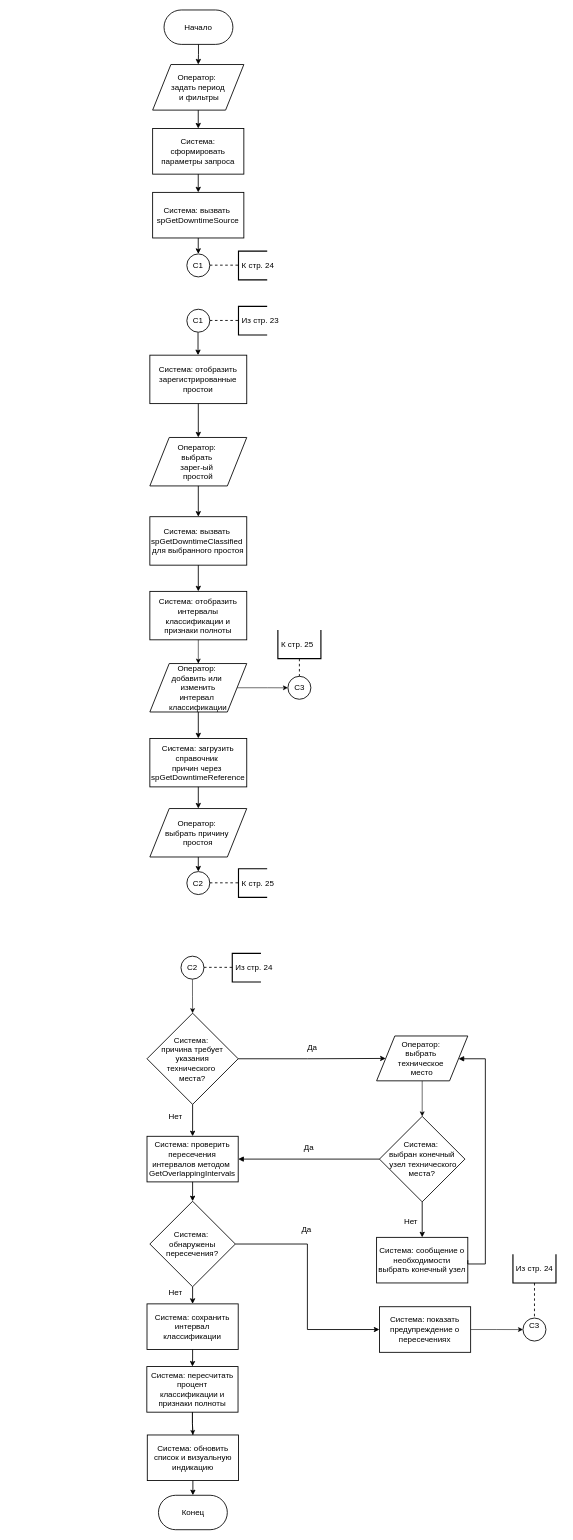
KhasanovAMdev/MyDiagrams keeps this draw.io diagram as page "Page-6" (6 of 21) of diagrams/Untitled Diagram.drawio. Above is the earlier version. Source tidied: cells renumbered, new cells numbered last; positions are measured from the earlier drawing's top-left corner, leaving out a move shared by most shapes. Both pictures are drawn from the tidied source at 57%, with x=0, y=0 at pixel (10, 10).
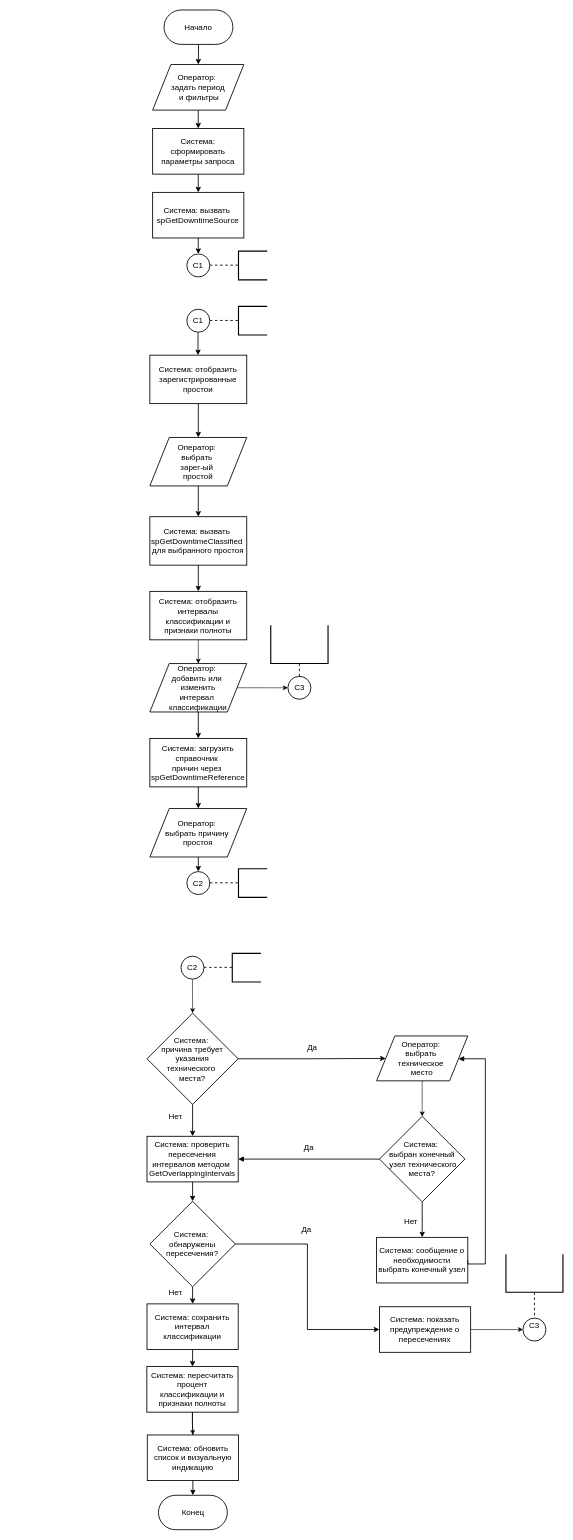
Above is the later version.

The change refers to these unchanged cells:
```xml
<mxCell id="2" style="group;transparentBounds=1;" parent="1" vertex="1">
  <mxGeometry y="520" as="geometry" />
</mxCell>
```

Change to the diagram source:
```diff
@@
-    <mxCell id="46" value="&amp;nbsp;Из стр. 23" style="strokeWidth=2;html=1;shape=mxgraph.flowchart.annotation_1;align=left;strokeColor=#000000;verticalAlign=middle;fontFamily=Helvetica;fontSize=14;fontColor=default;fillColor=#ffffff;" parent="2" vertex="1">
+    <mxCell id="46" style="strokeWidth=2;html=1;shape=mxgraph.flowchart.annotation_1;align=left;strokeColor=#000000;verticalAlign=middle;fontFamily=Helvetica;fontSize=14;fontColor=default;fillColor=#ffffff;" parent="2" vertex="1">
       <mxGeometry x="400.9" width="50.3" height="50.3" as="geometry" />
     </mxCell>
@@
-    <mxCell id="49" value="&amp;nbsp;К стр. 25" style="strokeWidth=2;html=1;shape=mxgraph.flowchart.annotation_1;align=left;strokeColor=#000000;verticalAlign=middle;fontFamily=Helvetica;fontSize=14;fontColor=default;fillColor=#ffffff;" parent="2" vertex="1">
+    <mxCell id="49" style="strokeWidth=2;html=1;shape=mxgraph.flowchart.annotation_1;align=left;strokeColor=#000000;verticalAlign=middle;fontFamily=Helvetica;fontSize=14;fontColor=default;fillColor=#ffffff;" parent="2" vertex="1">
       <mxGeometry x="400.9" y="986.6" width="50.3" height="50.3" as="geometry" />
     </mxCell>
@@
-    <mxCell id="53" value="&amp;nbsp;Из стр. 24" style="strokeWidth=2;html=1;shape=mxgraph.flowchart.annotation_1;align=left;strokeColor=#000000;verticalAlign=middle;fontFamily=Helvetica;fontSize=14;fontColor=default;fillColor=#ffffff;" parent="2" vertex="1">
+    <mxCell id="53" style="strokeWidth=2;html=1;shape=mxgraph.flowchart.annotation_1;align=left;strokeColor=#000000;verticalAlign=middle;fontFamily=Helvetica;fontSize=14;fontColor=default;fillColor=#ffffff;" parent="2" vertex="1">
       <mxGeometry x="390" y="1135" width="50.3" height="50.3" as="geometry" />
     </mxCell>
@@
-    <mxCell id="56" value="&amp;nbsp;К стр. 25" style="strokeWidth=2;html=1;shape=mxgraph.flowchart.annotation_1;align=left;strokeColor=#000000;verticalAlign=middle;fontFamily=Helvetica;fontSize=14;fontColor=default;fillColor=#ffffff;direction=north;" parent="2" vertex="1">
-      <mxGeometry x="470" y="567.8" width="75.5" height="50.3" as="geometry" />
+    <mxCell id="56" style="strokeWidth=2;html=1;shape=mxgraph.flowchart.annotation_1;align=left;strokeColor=#000000;verticalAlign=middle;fontFamily=Helvetica;fontSize=14;fontColor=default;fillColor=#ffffff;direction=north;" parent="2" vertex="1">
+      <mxGeometry x="457.5" y="559.5" width="100.5" height="67.1" as="geometry" />
     </mxCell>
@@
-    <mxCell id="59" value="&amp;nbsp;Из стр. 24" style="strokeWidth=2;html=1;shape=mxgraph.flowchart.annotation_1;align=left;strokeColor=#000000;verticalAlign=middle;fontFamily=Helvetica;fontSize=14;fontColor=default;fillColor=#ffffff;direction=north;" parent="2" vertex="1">
-      <mxGeometry x="882.4" y="1663" width="75.5" height="50.3" as="geometry" />
+    <mxCell id="59" style="strokeWidth=2;html=1;shape=mxgraph.flowchart.annotation_1;align=left;strokeColor=#000000;verticalAlign=middle;fontFamily=Helvetica;fontSize=14;fontColor=default;fillColor=#ffffff;direction=north;" parent="2" vertex="1">
+      <mxGeometry x="870.1" y="1663" width="100" height="66.7" as="geometry" />
     </mxCell>
@@
-    <mxCell id="70" value="&amp;nbsp;К стр. 24" style="strokeWidth=2;html=1;shape=mxgraph.flowchart.annotation_1;align=left;strokeColor=#000000;verticalAlign=middle;fontFamily=Helvetica;fontSize=14;fontColor=default;fillColor=#ffffff;" parent="1" vertex="1">
+    <mxCell id="70" style="strokeWidth=2;html=1;shape=mxgraph.flowchart.annotation_1;align=left;strokeColor=#000000;verticalAlign=middle;fontFamily=Helvetica;fontSize=14;fontColor=default;fillColor=#ffffff;" parent="1" vertex="1">
       <mxGeometry x="400.9" y="423" width="50.4" height="50.4" as="geometry" />
     </mxCell>
```
